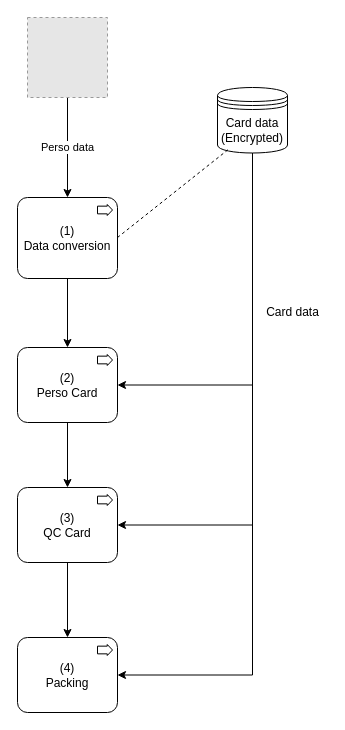
Earlier version of the draw.io diagram page "overview" (1 of 5) of แบบแผนที่ยังไม่ได้ตั้งชื่อ.drawio (delphihero/MyDocument). Source tidied: cells renumbered, new cells numbered last; positions are measured from the earlier drawing's top-left corner, leaving out a move shared by most shapes. Both pictures are drawn from the tidied source at 100%, with x=0, y=0 at pixel (17, 17). Pictures stored in the file or linked from it are replaced by grey dashed boxes.
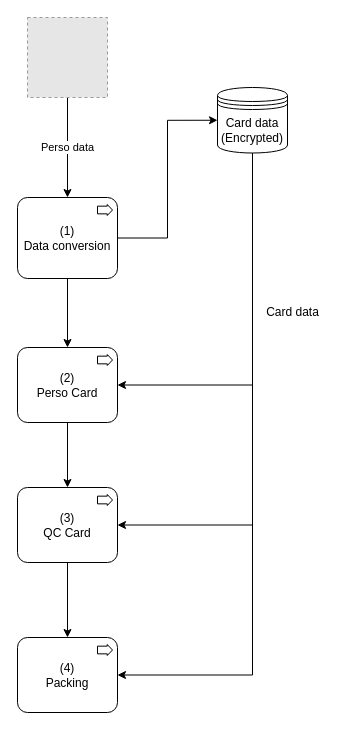
After the change.

Unchanged cells that the change refers to:
```xml
<mxCell id="5" value="&lt;div&gt;(1)&lt;/div&gt;&lt;div&gt;Data conversion&lt;/div&gt;" style="html=1;outlineConnect=0;whiteSpace=wrap;fillColor=none;shape=mxgraph.archimate.business;busType=process;" parent="1" vertex="1">
  <mxGeometry y="180" width="100" height="81" as="geometry" />
</mxCell>
<mxCell id="14" value="&lt;div&gt;Card data&lt;/div&gt;&lt;div&gt;(Encrypted)&lt;br&gt;&lt;/div&gt;" style="shape=datastore;whiteSpace=wrap;html=1;fillColor=none;" parent="1" vertex="1">
  <mxGeometry x="200" y="70" width="70" height="65.5" as="geometry" />
</mxCell>
```

The edit, as a diff of the source:
```diff
@@
+    <mxCell id="17" style="edgeStyle=orthogonalEdgeStyle;rounded=0;jettySize=auto;html=1;entryX=0;entryY=0.5;entryDx=0;entryDy=0;" parent="1" edge="1" source="5" target="14">
+      <mxGeometry relative="1" as="geometry" />
+    </mxCell>
@@
-    <mxCell id="15" style="endArrow=none;dashed=1;html=1;rounded=0;entryX=0.15;entryY=0.95;entryDx=0;entryDy=0;entryPerimeter=0;fillColor=none;" parent="1" edge="1" target="14">
-      <mxGeometry relative="1" as="geometry">
-        <mxPoint x="100" y="220" as="sourcePoint" />
-      </mxGeometry>
-    </mxCell>
```
